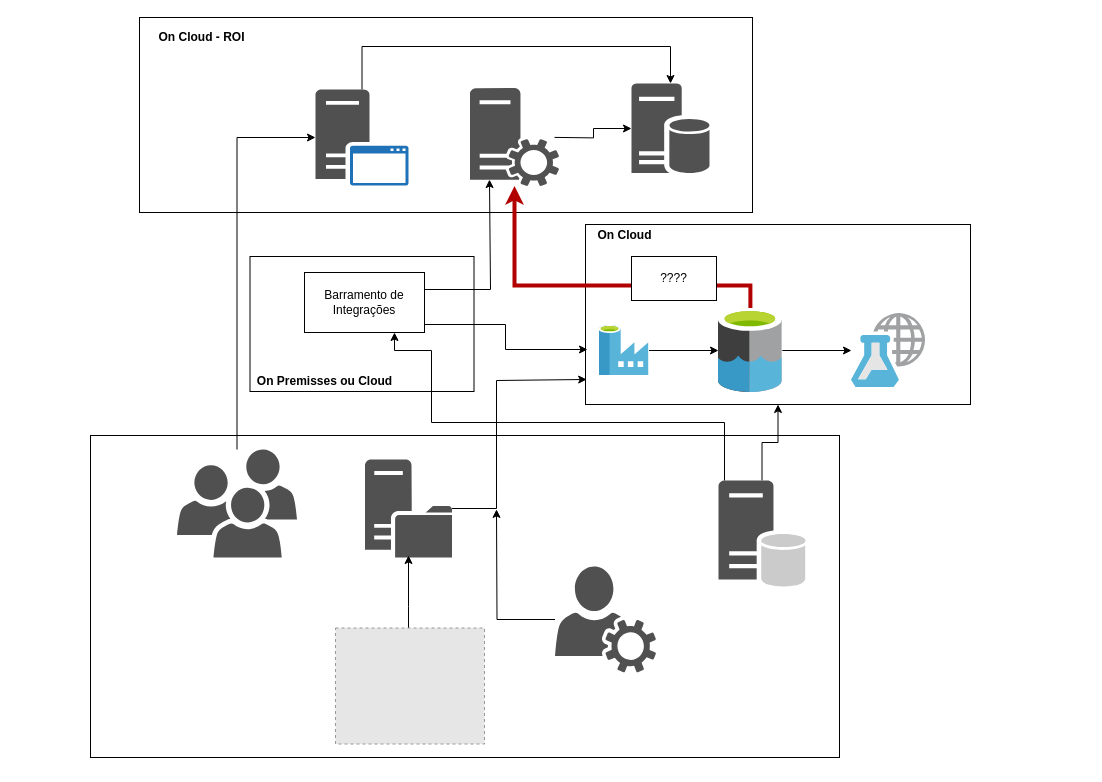
This is ARQUITETURA.drawio from rafaelr00/arquitetura, a draw.io file, before an edit. Source tidied: cells renumbered, new cells numbered last; positions are measured from the earlier drawing's top-left corner, leaving out a move shared by most shapes. Both pictures are drawn from the tidied source at 100%, with x=0, y=0 at pixel (90, 17). Pictures stored in the file or linked from it are replaced by grey dashed boxes.
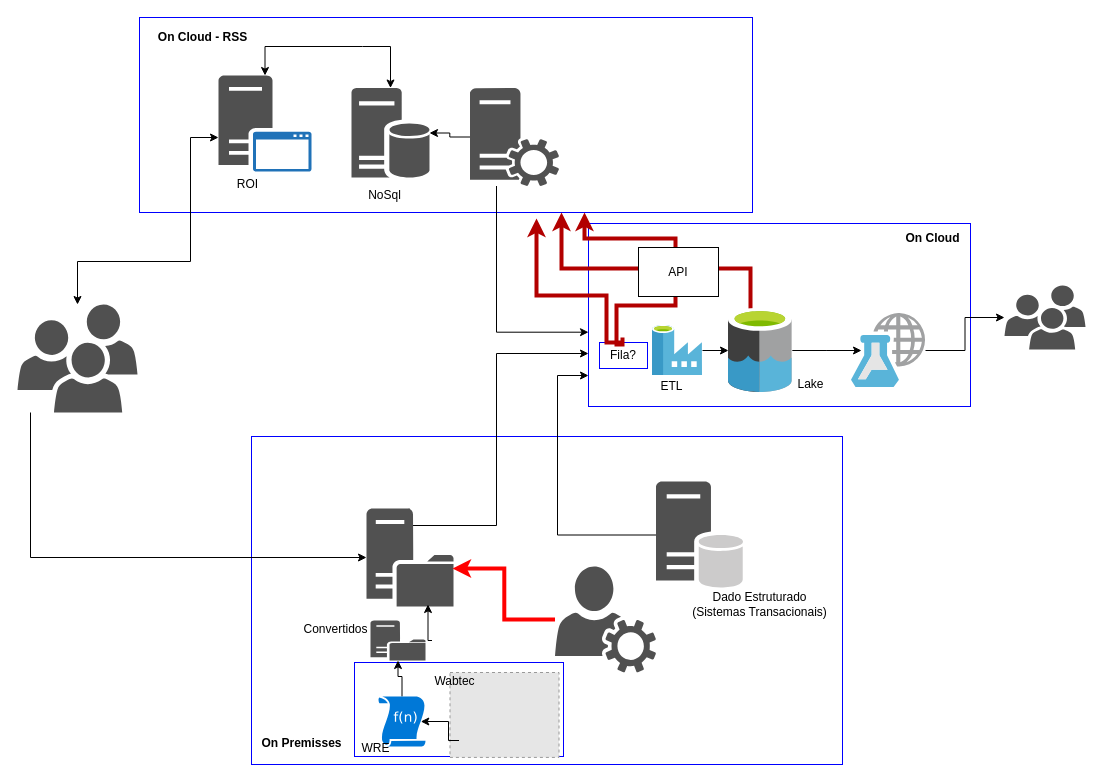
The same diagram, later.

Unchanged cells that the change refers to:
```xml
<mxCell id="7" style="shadow=0;dashed=0;html=1;labelPosition=center;verticalLabelPosition=bottom;verticalAlign=top;align=center;strokeColor=none;shape=mxgraph.mscae.system_center.roles;fillColor=#515151;strokeColor=none;" parent="1" vertex="1">
  <mxGeometry x="379.5" y="70.5" width="89" height="98" as="geometry" />
</mxCell>
<mxCell id="20" style="shadow=0;dashed=0;html=1;strokeColor=none;fillColor=#505050;labelPosition=center;verticalLabelPosition=bottom;verticalAlign=top;outlineConnect=0;align=center;shape=mxgraph.office.users.user_services;" parent="1" vertex="1">
  <mxGeometry x="464.5" y="549" width="101" height="106" as="geometry" />
</mxCell>
<mxCell id="33" style="html=1;points=[];align=center;image;fontSize=12;image=img/lib/mscae/Machine_Learning_Studio_Web_Services.svg;" parent="1" vertex="1">
  <mxGeometry x="761" y="296" width="74" height="74" as="geometry" />
</mxCell>
```

Change to the diagram source:
```diff
@@
+    <mxCell id="6" style="rounded=0;whiteSpace=wrap;html=1;strokeColor=#0000FF;" parent="1" vertex="1">
+      <mxGeometry x="161" y="419" width="591" height="328" as="geometry" />
+    </mxCell>
+    <mxCell id="35" style="rounded=0;whiteSpace=wrap;html=1;strokeColor=#0000FF;" parent="1" vertex="1">
+      <mxGeometry x="264" y="645" width="209" height="94" as="geometry" />
+    </mxCell>
-    <mxCell id="2" style="rounded=0;whiteSpace=wrap;html=1;" parent="1" vertex="1">
-      <mxGeometry x="495" y="207" width="385" height="180" as="geometry" />
+    <mxCell id="2" style="rounded=0;whiteSpace=wrap;html=1;strokeColor=#0000FF;" parent="1" vertex="1">
+      <mxGeometry x="498" y="206" width="382" height="183" as="geometry" />
     </mxCell>
-    <mxCell id="3" style="rounded=0;whiteSpace=wrap;html=1;" parent="1" vertex="1">
+    <mxCell id="3" style="rounded=0;whiteSpace=wrap;html=1;strokeColor=#0000FF;" parent="1" vertex="1">
       <mxGeometry x="49" width="613" height="195" as="geometry" />
     </mxCell>
-    <mxCell id="4" style="edgeStyle=orthogonalEdgeStyle;rounded=0;jettySize=auto;html=1;fillColor=#e51400;strokeColor=#B20000;strokeWidth=4;" parent="1" edge="1" source="30" target="7">
+    <mxCell id="4" style="edgeStyle=orthogonalEdgeStyle;rounded=0;jettySize=auto;html=1;fillColor=#e51400;strokeColor=#B20000;strokeWidth=4;" parent="1" edge="1" source="30" target="3">
       <mxGeometry relative="1" as="geometry">
         <Array as="points">
-          <mxPoint x="660" y="268" />
-          <mxPoint x="424" y="268" />
+          <mxPoint x="660" y="251" />
+          <mxPoint x="471" y="251" />
         </Array>
       </mxGeometry>
     </mxCell>
-    <mxCell id="5" style="rounded=0;whiteSpace=wrap;html=1;" parent="1" vertex="1">
-      <mxGeometry x="159.5" y="239" width="224" height="135" as="geometry" />
-    </mxCell>
-    <mxCell id="6" style="rounded=0;whiteSpace=wrap;html=1;" parent="1" vertex="1">
-      <mxGeometry y="418" width="749" height="322" as="geometry" />
-    </mxCell>
+    <mxCell id="36" style="edgeStyle=orthogonalEdgeStyle;rounded=0;jettySize=auto;html=1;entryX=0;entryY=0.594;entryDx=0;entryDy=0;entryPerimeter=0;startArrow=none;startFill=0;strokeColor=#000000;strokeWidth=1;" parent="1" edge="1" source="7" target="2">
+      <mxGeometry relative="1" as="geometry">
+        <Array as="points">
+          <mxPoint x="406" y="314" />
+        </Array>
+      </mxGeometry>
+    </mxCell>
@@
     <mxCell id="8" style="shadow=0;dashed=0;html=1;labelPosition=center;verticalLabelPosition=bottom;verticalAlign=top;align=center;shape=mxgraph.mscae.enterprise.database_server;fillColor=#515151;strokeColor=none;" parent="1" vertex="1">
-      <mxGeometry x="541" y="66" width="78" height="90" as="geometry" />
+      <mxGeometry x="261" y="70.5" width="78" height="90" as="geometry" />
     </mxCell>
-    <mxCell id="9" style="edgeStyle=orthogonalEdgeStyle;rounded=0;jettySize=auto;html=1;entryX=0.003;entryY=0.861;entryDx=0;entryDy=0;entryPerimeter=0;" parent="1" edge="1" source="10" target="2">
+    <mxCell id="9" style="edgeStyle=orthogonalEdgeStyle;rounded=0;jettySize=auto;html=1;exitX=0.49;exitY=0;exitDx=0;exitDy=0;exitPerimeter=0;" parent="1" edge="1" source="10" target="2">
       <mxGeometry relative="1" as="geometry">
         <Array as="points">
-          <mxPoint x="406" y="491" />
-          <mxPoint x="406" y="363" />
+          <mxPoint x="319" y="508" />
+          <mxPoint x="406" y="508" />
+          <mxPoint x="406" y="336" />
         </Array>
       </mxGeometry>
     </mxCell>
     <mxCell id="10" style="shadow=0;dashed=0;html=1;labelPosition=center;verticalLabelPosition=bottom;verticalAlign=top;align=center;strokeColor=none;shape=mxgraph.mscae.system_center.distribution_point;fillColor=#515151;strokeColor=none;" parent="1" vertex="1">
-      <mxGeometry x="274.5" y="442" width="87" height="98" as="geometry" />
+      <mxGeometry x="276" y="491" width="87" height="98" as="geometry" />
     </mxCell>
-    <mxCell id="11" style="edgeStyle=orthogonalEdgeStyle;rounded=0;jettySize=auto;html=1;entryX=0;entryY=0.5;entryDx=0;entryDy=0;entryPerimeter=0;" parent="1" edge="1" target="8">
-      <mxGeometry relative="1" as="geometry">
-        <mxPoint x="464" y="119.9" as="sourcePoint" />
-      </mxGeometry>
+    <mxCell id="11" style="edgeStyle=orthogonalEdgeStyle;rounded=0;jettySize=auto;html=1;entryX=1;entryY=0.5;entryDx=0;entryDy=0;entryPerimeter=0;exitX=0;exitY=0.5;exitDx=0;exitDy=0;exitPerimeter=0;" parent="1" edge="1" source="7" target="8">
+      <mxGeometry relative="1" as="geometry" />
     </mxCell>
-    <mxCell id="12" style="edgeStyle=orthogonalEdgeStyle;rounded=0;jettySize=auto;html=1;" parent="1" edge="1" source="14" target="2">
-      <mxGeometry relative="1" as="geometry" />
+    <mxCell id="12" style="edgeStyle=orthogonalEdgeStyle;rounded=0;jettySize=auto;html=1;startArrow=none;startFill=0;strokeColor=#000000;strokeWidth=1;" parent="1" edge="1" source="14" target="2">
+      <mxGeometry relative="1" as="geometry">
+        <Array as="points">
+          <mxPoint x="467" y="518" />
+          <mxPoint x="467" y="358" />
+        </Array>
+      </mxGeometry>
     </mxCell>
-    <mxCell id="13" style="edgeStyle=orthogonalEdgeStyle;rounded=0;jettySize=auto;html=1;entryX=0.75;entryY=1;entryDx=0;entryDy=0;" parent="1" edge="1" source="14" target="26">
-      <mxGeometry relative="1" as="geometry">
-        <Array as="points">
-          <mxPoint x="634" y="405" />
-          <mxPoint x="341" y="405" />
-          <mxPoint x="341" y="333" />
-          <mxPoint x="304" y="333" />
-        </Array>
-      </mxGeometry>
-    </mxCell>
     <mxCell id="14" style="shadow=0;dashed=0;html=1;strokeColor=none;fillColor=#505050;labelPosition=center;verticalLabelPosition=bottom;verticalAlign=top;outlineConnect=0;align=center;shape=mxgraph.office.databases.database_server_ghosted;" parent="1" vertex="1">
-      <mxGeometry x="628" y="463" width="87" height="107" as="geometry" />
+      <mxGeometry x="565.5" y="464" width="87" height="107" as="geometry" />
     </mxCell>
-    <mxCell id="15" style="edgeStyle=orthogonalEdgeStyle;rounded=0;jettySize=auto;html=1;" parent="1" edge="1" source="16">
-      <mxGeometry relative="1" as="geometry">
-        <mxPoint x="318" y="538" as="targetPoint" />
-        <Array as="points">
-          <mxPoint x="318" y="589" />
-          <mxPoint x="318" y="589" />
-        </Array>
-      </mxGeometry>
-    </mxCell>
     <mxCell id="16" style="fillColor=#E6E6E6;strokeColor=#999999;dashed=1;html=1;verticalAlign=top;verticalLabelPosition=bottom;labelBackgroundColor=#ffffff;" parent="1" vertex="1">
-      <mxGeometry x="245" y="610.5" width="149" height="116" as="geometry" />
+      <mxGeometry x="359.5" y="655" width="109" height="84.9" as="geometry" />
     </mxCell>
-    <mxCell id="17" style="edgeStyle=orthogonalEdgeStyle;rounded=0;jettySize=auto;html=1;" parent="1" edge="1" source="18" target="8">
+    <mxCell id="17" style="edgeStyle=orthogonalEdgeStyle;rounded=0;jettySize=auto;html=1;startArrow=classic;startFill=1;" parent="1" edge="1" source="18" target="8">
       <mxGeometry relative="1" as="geometry">
         <Array as="points">
           <mxPoint x="272" y="29" />
           <mxPoint x="580" y="29" />
         </Array>
       </mxGeometry>
     </mxCell>
     <mxCell id="18" style="shadow=0;dashed=0;html=1;strokeColor=none;fillColor=#505050;labelPosition=center;verticalLabelPosition=bottom;verticalAlign=top;outlineConnect=0;align=center;shape=mxgraph.office.servers.application_server_blue;" parent="1" vertex="1">
-      <mxGeometry x="225" y="72" width="93" height="96" as="geometry" />
+      <mxGeometry x="128" y="58" width="93" height="96" as="geometry" />
     </mxCell>
-    <mxCell id="19" style="edgeStyle=orthogonalEdgeStyle;rounded=0;jettySize=auto;html=1;" parent="1" edge="1" source="20">
-      <mxGeometry relative="1" as="geometry">
-        <mxPoint x="406" y="491.9" as="targetPoint" />
-      </mxGeometry>
+    <mxCell id="19" style="edgeStyle=orthogonalEdgeStyle;rounded=0;jettySize=auto;html=1;entryX=0.989;entryY=0.612;entryDx=0;entryDy=0;entryPerimeter=0;strokeWidth=4;strokeColor=#FF0000;" parent="1" edge="1" source="20" target="10">
+      <mxGeometry relative="1" as="geometry" />
     </mxCell>
@@
-    <mxCell id="21" style="edgeStyle=orthogonalEdgeStyle;rounded=0;jettySize=auto;html=1;" parent="1" edge="1" source="22" target="18">
+    <mxCell id="21" style="edgeStyle=orthogonalEdgeStyle;rounded=0;jettySize=auto;html=1;startArrow=classic;startFill=1;" parent="1" edge="1" source="22" target="18">
       <mxGeometry relative="1" as="geometry">
         <Array as="points">
-          <mxPoint x="147" y="120" />
+          <mxPoint x="100" y="244" />
+          <mxPoint x="100" y="120" />
         </Array>
       </mxGeometry>
     </mxCell>
+    <mxCell id="37" style="edgeStyle=orthogonalEdgeStyle;rounded=0;jettySize=auto;html=1;entryX=0;entryY=0.5;entryDx=0;entryDy=0;entryPerimeter=0;" parent="1" edge="1" source="22" target="10">
+      <mxGeometry relative="1" as="geometry">
+        <Array as="points">
+          <mxPoint x="-60" y="540" />
+        </Array>
+      </mxGeometry>
+    </mxCell>
     <mxCell id="22" style="shadow=0;dashed=0;html=1;strokeColor=none;fillColor=#505050;labelPosition=center;verticalLabelPosition=bottom;verticalAlign=top;outlineConnect=0;align=center;shape=mxgraph.office.users.users;" parent="1" vertex="1">
-      <mxGeometry x="86.5" y="432" width="120" height="108" as="geometry" />
+      <mxGeometry x="-73" y="287" width="120" height="108" as="geometry" />
     </mxCell>
-    <mxCell id="23" value="On Cloud - ROI" style="text;html=1;align=center;verticalAlign=middle;fillColor=none;strokeColor=none;rounded=0;fontStyle=1;" parent="1" vertex="1">
-      <mxGeometry x="63" y="11" width="96" height="18" as="geometry" />
+    <mxCell id="23" value="On Cloud - RSS" style="text;html=1;align=center;verticalAlign=middle;fillColor=none;strokeColor=none;rounded=0;fontStyle=1;" parent="1" vertex="1">
+      <mxGeometry x="62" y="11" width="99" height="18" as="geometry" />
     </mxCell>
-    <mxCell id="24" style="edgeStyle=orthogonalEdgeStyle;rounded=0;jettySize=auto;html=1;entryX=0.219;entryY=0.934;entryDx=0;entryDy=0;entryPerimeter=0;" parent="1" edge="1" source="26" target="7">
-      <mxGeometry relative="1" as="geometry">
-        <Array as="points">
-          <mxPoint x="400" y="272" />
-        </Array>
-      </mxGeometry>
-    </mxCell>
-    <mxCell id="25" style="edgeStyle=orthogonalEdgeStyle;rounded=0;jettySize=auto;html=1;" parent="1" edge="1" source="26">
-      <mxGeometry relative="1" as="geometry">
-        <mxPoint x="497" y="332" as="targetPoint" />
-        <Array as="points">
-          <mxPoint x="415" y="307" />
-          <mxPoint x="415" y="332" />
-          <mxPoint x="497" y="332" />
-        </Array>
-      </mxGeometry>
-    </mxCell>
-    <mxCell id="26" value="Barramento de Integrações" style="rounded=0;whiteSpace=wrap;html=1;" parent="1" vertex="1">
-      <mxGeometry x="214" y="255" width="120" height="60" as="geometry" />
-    </mxCell>
-    <mxCell id="27" value="On Premisses ou Cloud" style="text;html=1;align=center;verticalAlign=middle;fillColor=none;strokeColor=none;rounded=0;fontStyle=1;" parent="1" vertex="1">
-      <mxGeometry x="161" y="355" width="145" height="18" as="geometry" />
-    </mxCell>
     <mxCell id="28" value="On Cloud" style="text;html=1;align=center;verticalAlign=middle;fillColor=none;strokeColor=none;rounded=0;fontStyle=1;" parent="1" vertex="1">
-      <mxGeometry x="501.5" y="209" width="64" height="18" as="geometry" />
+      <mxGeometry x="810" y="212" width="64" height="18" as="geometry" />
     </mxCell>
-    <mxCell id="29" style="edgeStyle=orthogonalEdgeStyle;rounded=0;jettySize=auto;html=1;" parent="1" edge="1" source="30" target="33">
-      <mxGeometry relative="1" as="geometry" />
+    <mxCell id="29" style="edgeStyle=orthogonalEdgeStyle;rounded=0;jettySize=auto;html=1;" parent="1" edge="1" source="30">
+      <mxGeometry relative="1" as="geometry">
+        <mxPoint x="771" y="333" as="targetPoint" />
+      </mxGeometry>
     </mxCell>
     <mxCell id="30" style="html=1;points=[];align=center;image;fontSize=12;image=img/lib/mscae/Data_Lake.svg;" parent="1" vertex="1">
-      <mxGeometry x="628" y="291" width="63.8" height="84" as="geometry" />
+      <mxGeometry x="638" y="291" width="63.8" height="84" as="geometry" />
     </mxCell>
@@
     <mxCell id="32" style="html=1;points=[];align=center;image;fontSize=12;image=img/lib/mscae/Data_Factory.svg;" parent="1" vertex="1">
-      <mxGeometry x="508.5" y="308" width="50" height="50" as="geometry" />
+      <mxGeometry x="562" y="308" width="50" height="50" as="geometry" />
     </mxCell>
+    <mxCell id="38" style="edgeStyle=orthogonalEdgeStyle;rounded=0;jettySize=auto;html=1;" parent="1" edge="1" source="33" target="39">
+      <mxGeometry relative="1" as="geometry" />
+    </mxCell>
@@
+    <mxCell id="39" style="shadow=0;dashed=0;html=1;strokeColor=none;fillColor=#505050;labelPosition=center;verticalLabelPosition=bottom;verticalAlign=top;outlineConnect=0;align=center;shape=mxgraph.office.users.users;" parent="1" vertex="1">
+      <mxGeometry x="914" y="268" width="81" height="64" as="geometry" />
+    </mxCell>
+    <mxCell id="40" value="NoSql" style="text;html=1;align=center;verticalAlign=middle;fillColor=none;strokeColor=none;rounded=0;" parent="1" vertex="1">
+      <mxGeometry x="272" y="168.5" width="43" height="18" as="geometry" />
+    </mxCell>
+    <mxCell id="41" value="On Premisses" style="text;html=1;align=center;verticalAlign=middle;fillColor=none;strokeColor=none;rounded=0;fontStyle=1;" parent="1" vertex="1">
+      <mxGeometry x="166" y="717" width="90" height="18" as="geometry" />
+    </mxCell>
+    <mxCell id="42" value="ROI" style="text;html=1;align=center;verticalAlign=middle;fillColor=none;strokeColor=none;rounded=0;" parent="1" vertex="1">
+      <mxGeometry x="141" y="158" width="31" height="18" as="geometry" />
+    </mxCell>
+    <mxCell id="43" value="ETL" style="text;html=1;align=center;verticalAlign=middle;fillColor=none;strokeColor=none;rounded=0;" parent="1" vertex="1">
+      <mxGeometry x="565" y="360" width="32" height="18" as="geometry" />
+    </mxCell>
+    <mxCell id="44" style="edgeStyle=orthogonalEdgeStyle;rounded=0;jettySize=auto;html=1;startArrow=none;startFill=0;strokeColor=#000000;strokeWidth=1;" parent="1" edge="1" source="45" target="49">
+      <mxGeometry relative="1" as="geometry" />
+    </mxCell>
+    <mxCell id="45" style="shadow=0;dashed=0;html=1;strokeColor=none;labelPosition=center;verticalLabelPosition=bottom;verticalAlign=top;align=center;shape=mxgraph.mscae.enterprise.udf_function;fillColor=#0078D7;" parent="1" vertex="1">
+      <mxGeometry x="288" y="679" width="47" height="50" as="geometry" />
+    </mxCell>
+    <mxCell id="46" value="WRE" style="text;html=1;align=center;verticalAlign=middle;fillColor=none;strokeColor=none;rounded=0;" parent="1" vertex="1">
+      <mxGeometry x="266" y="722" width="38" height="18" as="geometry" />
+    </mxCell>
+    <mxCell id="47" value="Wabtec" style="text;html=1;align=center;verticalAlign=middle;fillColor=none;strokeColor=none;rounded=0;" parent="1" vertex="1">
+      <mxGeometry x="339" y="655" width="50" height="18" as="geometry" />
+    </mxCell>
+    <mxCell id="48" style="edgeStyle=orthogonalEdgeStyle;rounded=0;jettySize=auto;html=1;entryX=0.9;entryY=0.5;entryDx=0;entryDy=0;entryPerimeter=0;" parent="1" edge="1" target="45">
+      <mxGeometry relative="1" as="geometry">
+        <mxPoint x="368.5" y="723" as="sourcePoint" />
+        <Array as="points">
+          <mxPoint x="358" y="723" />
+          <mxPoint x="358" y="704" />
+        </Array>
+      </mxGeometry>
+    </mxCell>
+    <mxCell id="49" style="shadow=0;dashed=0;html=1;labelPosition=center;verticalLabelPosition=bottom;verticalAlign=top;align=center;strokeColor=none;shape=mxgraph.mscae.system_center.distribution_point;fillColor=#515151;strokeColor=none;" parent="1" vertex="1">
+      <mxGeometry x="280" y="603" width="55" height="40" as="geometry" />
+    </mxCell>
+    <mxCell id="50" value="Convertidos" style="text;html=1;align=center;verticalAlign=middle;fillColor=none;strokeColor=none;rounded=0;" parent="1" vertex="1">
+      <mxGeometry x="208" y="603" width="74" height="18" as="geometry" />
+    </mxCell>
+    <mxCell id="51" style="edgeStyle=orthogonalEdgeStyle;rounded=0;orthogonalLoop=1;jettySize=auto;html=1;startArrow=none;startFill=0;strokeColor=#000000;strokeWidth=1;" parent="1" edge="1">
+      <mxGeometry relative="1" as="geometry">
+        <mxPoint x="341.5" y="623" as="sourcePoint" />
+        <mxPoint x="337.5" y="587" as="targetPoint" />
+      </mxGeometry>
+    </mxCell>
+    <mxCell id="52" value="Dado Estruturado&lt;br&gt;(Sistemas Transacionais)" style="text;html=1;align=center;verticalAlign=middle;fillColor=none;strokeColor=none;rounded=0;" parent="1" vertex="1">
+      <mxGeometry x="596" y="571" width="145" height="32" as="geometry" />
+    </mxCell>
+    <mxCell id="53" value="Lake" style="text;html=1;align=center;verticalAlign=middle;fillColor=none;strokeColor=none;rounded=0;" parent="1" vertex="1">
+      <mxGeometry x="701.8" y="358" width="36" height="18" as="geometry" />
+    </mxCell>
+    <mxCell id="54" value="Fila?" style="rounded=0;whiteSpace=wrap;html=1;strokeColor=#0000FF;" parent="1" vertex="1">
+      <mxGeometry x="509" y="325" width="48" height="26" as="geometry" />
+    </mxCell>
+    <mxCell id="55" style="edgeStyle=orthogonalEdgeStyle;rounded=0;jettySize=auto;html=1;fillColor=#e51400;strokeColor=#B20000;strokeWidth=4;exitX=0.5;exitY=0;exitDx=0;exitDy=0;" parent="1" edge="1" source="54">
+      <mxGeometry relative="1" as="geometry">
+        <mxPoint x="446" y="201" as="targetPoint" />
+        <Array as="points">
+          <mxPoint x="516" y="325" />
+          <mxPoint x="516" y="278" />
+          <mxPoint x="446" y="278" />
+          <mxPoint x="446" y="201" />
+        </Array>
+      </mxGeometry>
+    </mxCell>
+    <mxCell id="56" style="edgeStyle=orthogonalEdgeStyle;rounded=0;jettySize=auto;html=1;fillColor=#e51400;strokeColor=#B20000;strokeWidth=4;" parent="1" edge="1" target="3">
+      <mxGeometry relative="1" as="geometry">
+        <mxPoint x="532" y="320" as="sourcePoint" />
+        <Array as="points">
+          <mxPoint x="532" y="327" />
+          <mxPoint x="526" y="327" />
+          <mxPoint x="526" y="288" />
+          <mxPoint x="585" y="288" />
+          <mxPoint x="585" y="221" />
+          <mxPoint x="494" y="221" />
+        </Array>
+      </mxGeometry>
+    </mxCell>
-    <mxCell id="34" value="????" style="rounded=0;whiteSpace=wrap;html=1;" parent="1" vertex="1">
-      <mxGeometry x="541" y="239" width="85" height="44" as="geometry" />
+    <mxCell id="34" value="API" style="rounded=0;whiteSpace=wrap;html=1;" parent="1" vertex="1">
+      <mxGeometry x="548" y="230" width="80" height="49" as="geometry" />
     </mxCell>
```
